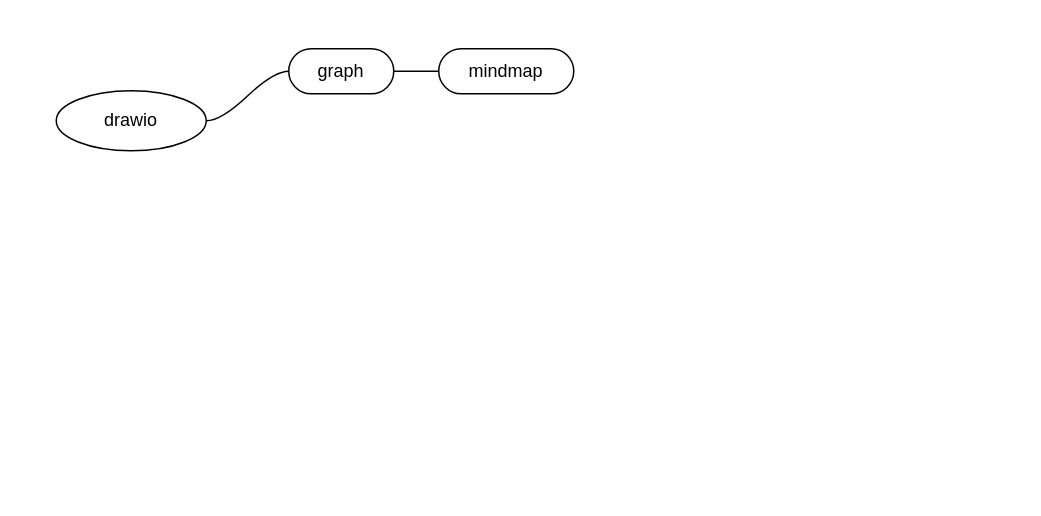
This is page "draw" (1 of 5) of drawio/drawio.drawio from yangdj/tf_docs, a draw.io file, before an edit. Source tidied: cells renumbered, new cells numbered last; positions are measured from the earlier drawing's top-left corner, leaving out a move shared by most shapes. Both pictures are drawn from the tidied source at 150%, with x=0, y=0 at pixel (26, 26).
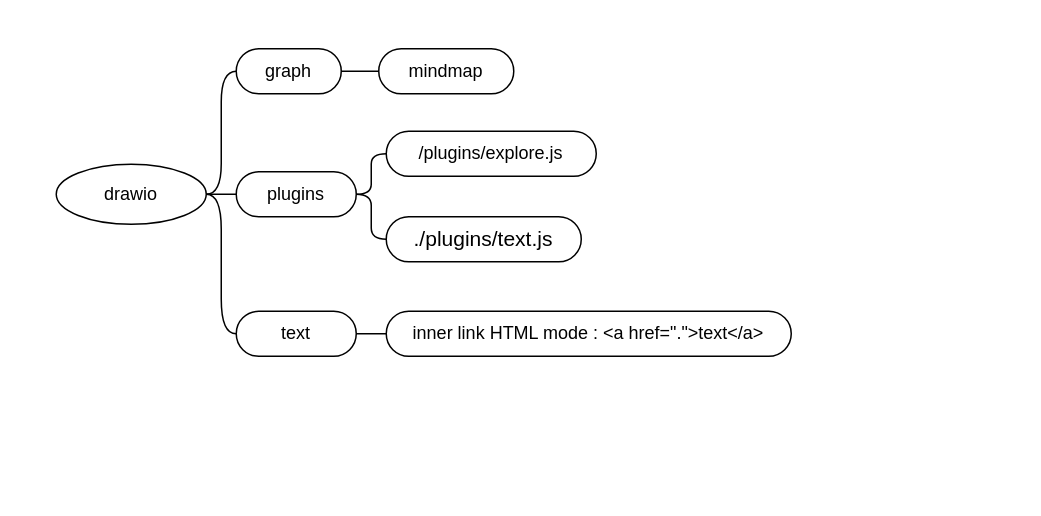
Above is the later version.

What changed in the source:
```diff
@@
 <mxGraphModel>
   <root>
     <mxCell id="0" />
     <mxCell id="1" parent="0" />
     <mxCell id="2" style="swimlane;html=1;startSize=20;horizontal=1;containerType=tree;fillColor=none;strokeColor=none;" parent="1" vertex="1">
-      <mxGeometry width="420" height="126" as="geometry" />
+      <mxGeometry width="660" height="310" as="geometry" />
     </mxCell>
     <mxCell id="3" style="edgeStyle=entityRelationEdgeStyle;startArrow=none;endArrow=none;segment=10;curved=1;" parent="2" edge="1" source="4" target="5">
       <mxGeometry relative="1" as="geometry" />
     </mxCell>
     <mxCell id="4" value="drawio" style="ellipse;whiteSpace=wrap;html=1;align=center;" parent="2" vertex="1">
-      <mxGeometry x="20" y="43" width="100" height="40" as="geometry" />
+      <mxGeometry x="20" y="92" width="100" height="40" as="geometry" />
     </mxCell>
     <mxCell id="5" value="graph" style="whiteSpace=wrap;html=1;rounded=1;arcSize=50;align=center;verticalAlign=middle;strokeWidth=1;spacing=4;" parent="2" vertex="1">
-      <mxGeometry x="175" y="15" width="70" height="30" as="geometry" />
+      <mxGeometry x="140" y="15" width="70" height="30" as="geometry" />
     </mxCell>
     <mxCell id="6" style="edgeStyle=entityRelationEdgeStyle;startArrow=none;endArrow=none;segment=10;curved=1;" parent="2" edge="1" source="5" target="7">
       <mxGeometry relative="1" as="geometry" />
     </mxCell>
     <mxCell id="7" value="mindmap" style="whiteSpace=wrap;html=1;rounded=1;arcSize=50;align=center;verticalAlign=middle;strokeWidth=1;spacing=4;" parent="2" vertex="1">
-      <mxGeometry x="275" y="15" width="90" height="30" as="geometry" />
+      <mxGeometry x="235" y="15" width="90" height="30" as="geometry" />
     </mxCell>
+    <mxCell id="8" style="edgeStyle=entityRelationEdgeStyle;startArrow=none;endArrow=none;segment=10;curved=1;" parent="2" edge="1" source="4" target="9">
+      <mxGeometry relative="1" as="geometry" />
+    </mxCell>
+    <mxCell id="9" value="plugins" style="whiteSpace=wrap;html=1;rounded=1;arcSize=50;align=center;verticalAlign=middle;strokeWidth=1;spacing=4;" parent="2" vertex="1">
+      <mxGeometry x="140" y="97" width="80" height="30" as="geometry" />
+    </mxCell>
+    <mxCell id="10" style="edgeStyle=entityRelationEdgeStyle;startArrow=none;endArrow=none;segment=10;curved=1;" parent="2" edge="1" source="9" target="11">
+      <mxGeometry relative="1" as="geometry" />
+    </mxCell>
+    <mxCell id="11" value="/plugins/explore.js" style="whiteSpace=wrap;html=1;rounded=1;arcSize=50;align=center;verticalAlign=middle;strokeWidth=1;spacing=4;" parent="2" vertex="1">
+      <mxGeometry x="240" y="70" width="140" height="30" as="geometry" />
+    </mxCell>
+    <mxCell id="12" style="edgeStyle=entityRelationEdgeStyle;startArrow=none;endArrow=none;segment=10;curved=1;" parent="2" edge="1" source="9" target="13">
+      <mxGeometry relative="1" as="geometry" />
+    </mxCell>
+    <mxCell id="13" value="&lt;span style=&quot;font-family: &amp;#34;helvetica&amp;#34; , &amp;#34;arial&amp;#34; , sans-serif ; font-size: 14px ; white-space: nowrap ; background-color: rgb(255 , 255 , 255)&quot;&gt;./plugins/text.js&lt;/span&gt;" style="whiteSpace=wrap;html=1;rounded=1;arcSize=50;align=center;verticalAlign=middle;strokeWidth=1;spacing=4;" parent="2" vertex="1">
+      <mxGeometry x="240" y="127" width="130" height="30" as="geometry" />
+    </mxCell>
+    <mxCell id="14" style="edgeStyle=entityRelationEdgeStyle;startArrow=none;endArrow=none;segment=10;curved=1;" parent="2" edge="1" source="4" target="15">
+      <mxGeometry relative="1" as="geometry" />
+    </mxCell>
+    <mxCell id="15" value="text" style="whiteSpace=wrap;html=1;rounded=1;arcSize=50;align=center;verticalAlign=middle;strokeWidth=1;spacing=4;" parent="2" vertex="1">
+      <mxGeometry x="140" y="190" width="80" height="30" as="geometry" />
+    </mxCell>
+    <mxCell id="16" style="edgeStyle=entityRelationEdgeStyle;startArrow=none;endArrow=none;segment=10;curved=1;" parent="2" edge="1" source="15" target="17">
+      <mxGeometry relative="1" as="geometry" />
+    </mxCell>
+    <mxCell id="17" value="inner link HTML mode : &amp;lt;a href=&quot;.&quot;&amp;gt;text&amp;lt;/a&amp;gt;" style="whiteSpace=wrap;html=1;rounded=1;arcSize=50;align=center;verticalAlign=middle;strokeWidth=1;spacing=4;" parent="2" vertex="1">
+      <mxGeometry x="240" y="190" width="270" height="30" as="geometry" />
+    </mxCell>
   </root>
 </mxGraphModel>
```
